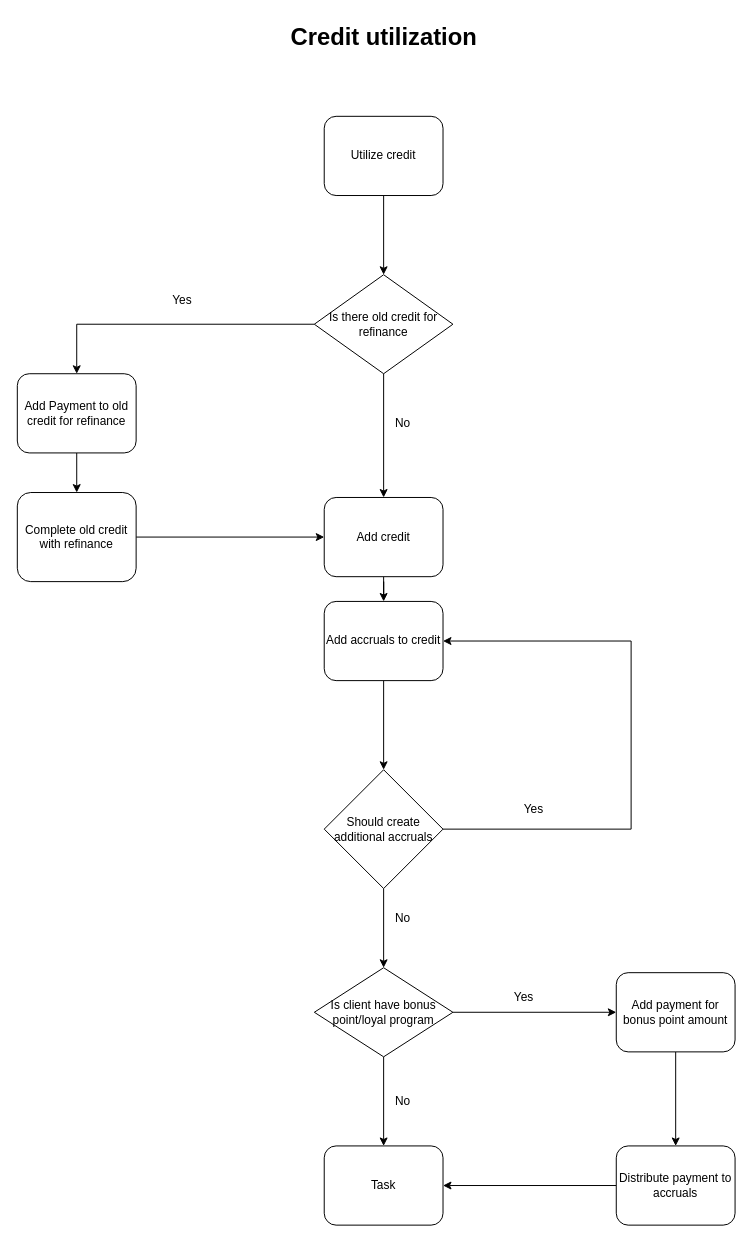
This is Untitled Diagram.drawio from DimitarHPopov/Source, a draw.io file, before an edit. Source tidied: cells renumbered, new cells numbered last; positions are measured from the earlier drawing's top-left corner, leaving out a move shared by most shapes. Both pictures are drawn from the tidied source at 99%, with x=0, y=0 at pixel (17, 17).
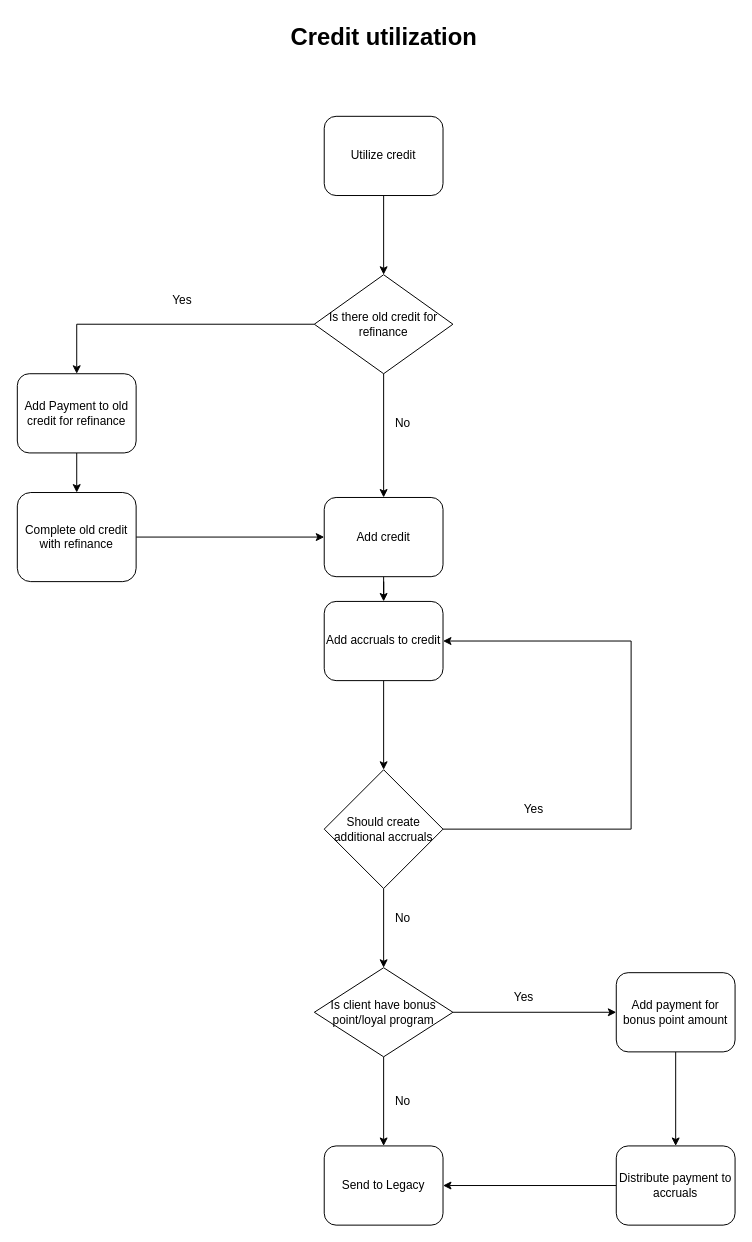
The same diagram, later.

What changed in the source:
```diff
@@
-    <mxCell id="18" value="Task" style="shape=ext;rounded=1;html=1;whiteSpace=wrap;" parent="1" vertex="1">
+    <mxCell id="18" value="Send to Legacy" style="shape=ext;rounded=1;html=1;whiteSpace=wrap;" parent="1" vertex="1">
       <mxGeometry x="310" y="1140" width="120" height="80" as="geometry" />
     </mxCell>
```
